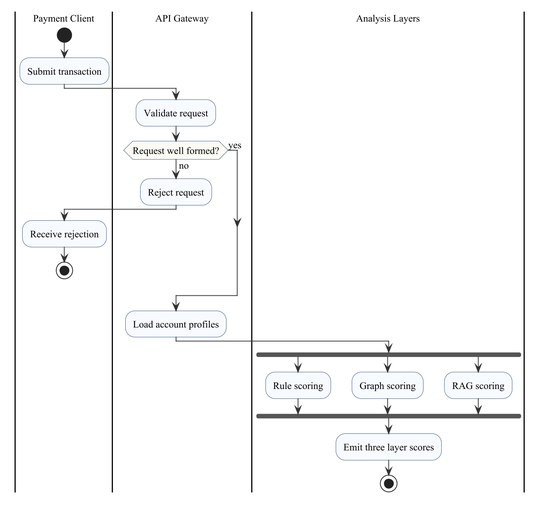
OMJOSHI15/indus11 keeps this PlantUML diagram as docs/diagrams/03-activity.png. Above is the earlier version.
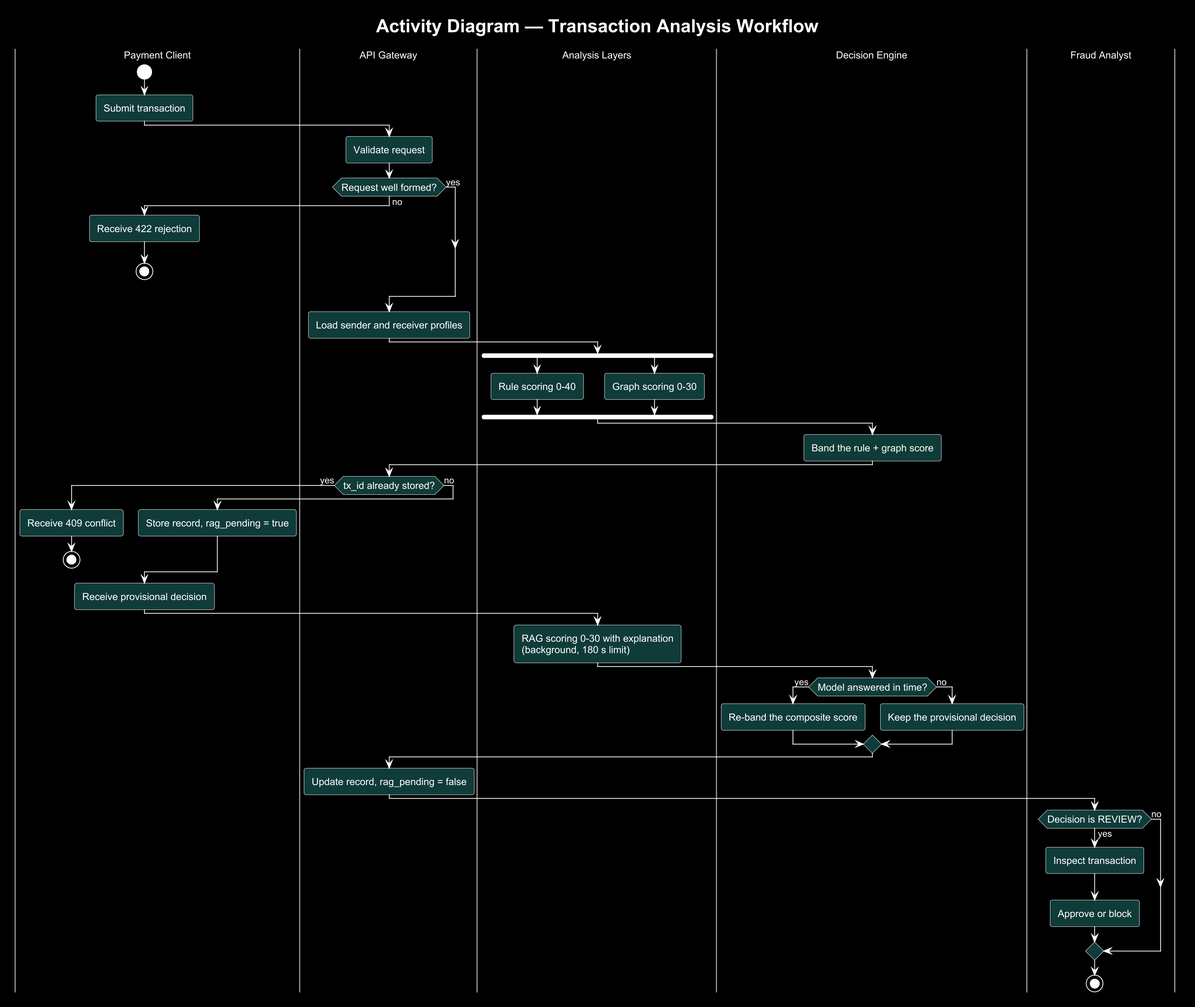
Later version of the same file.

What changed in the source:
```diff
@@ -1,38 +1,76 @@
 @startuml
-skinparam dpi 200
-skinparam backgroundColor white
-skinparam shadowing false
-skinparam defaultFontName Times New Roman
-skinparam defaultFontSize 13
-skinparam ArrowColor #333333
+!include _theme.iuml
 skinparam activity {
-  BorderColor #2F4F6F
-  BackgroundColor #F7FAFF
-  DiamondBorderColor #2F4F6F
-  DiamondBackgroundColor #FBFBF4
+  BackgroundColor #0F3B39
+  BorderColor #FFFFFF
+  FontColor #FFFFFF
+  DiamondBackgroundColor #0F3B39
+  DiamondBorderColor #FFFFFF
+  DiamondFontColor #FFFFFF
+  StartColor #FFFFFF
+  EndColor #FFFFFF
+  BarColor #FFFFFF
 }
+skinparam swimlane {
+  BorderColor #9A9A9A
+  TitleFontColor #FFFFFF
+}
+<style>
+activityDiagram {
+  circle {
+    BackgroundColor #FFFFFF
+    LineColor #FFFFFF
+  }
+}
+</style>
+title Activity Diagram — Transaction Analysis Workflow
 |Payment Client|
 start
 :Submit transaction;
 |API Gateway|
 :Validate request;
 if (Request well formed?) then (no)
-  :Reject request;
   |Payment Client|
-  :Receive rejection;
+  :Receive 422 rejection;
   stop
 else (yes)
 endif
 |API Gateway|
-:Load account profiles;
+:Load sender and receiver profiles;
 |Analysis Layers|
 fork
-  :Rule scoring;
+  :Rule scoring 0-40;
 fork again
-  :Graph scoring;
-fork again
-  :RAG scoring;
+  :Graph scoring 0-30;
 end fork
-:Emit three layer scores;
+|Decision Engine|
+:Band the rule + graph score;
+|API Gateway|
+if (tx_id already stored?) then (yes)
+  |Payment Client|
+  :Receive 409 conflict;
+  stop
+else (no)
+  :Store record, rag_pending = true;
+endif
+|Payment Client|
+:Receive provisional decision;
+|Analysis Layers|
+:RAG scoring 0-30 with explanation
+(background, 180 s limit);
+|Decision Engine|
+if (Model answered in time?) then (yes)
+  :Re-band the composite score;
+else (no)
+  :Keep the provisional decision;
+endif
+|API Gateway|
+:Update record, rag_pending = false;
+|Fraud Analyst|
+if (Decision is REVIEW?) then (yes)
+  :Inspect transaction;
+  :Approve or block;
+else (no)
+endif
 stop
 @enduml
```
